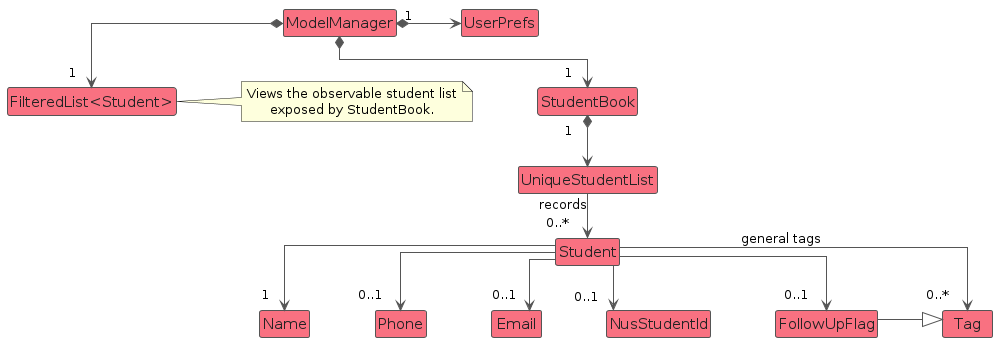
Above: diagrams/ModelClassDiagram.png in AY2627S1-CS2103T-T16-1/tp (PlantUML), before the change. Its source is kept beside it as diagrams/ModelClassDiagram.puml.
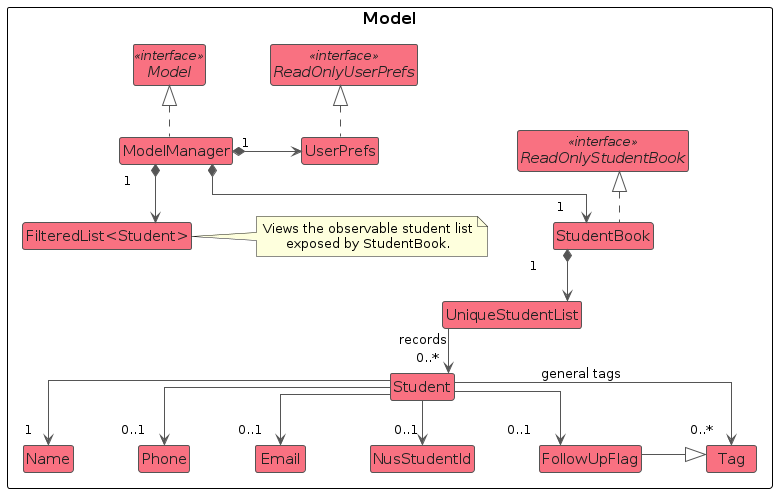
Later version of the same file.

Change to the diagram source:
```diff
@@ -2,6 +2,7 @@
 !include style.puml
 skinparam classBackgroundColor MODEL_COLOR_T1
 skinparam classFontColor #222222
+skinparam classStereotypeFontColor #222222
 skinparam classBorderColor #555555
 skinparam arrowColor #555555
 skinparam ArrowFontStyle plain
@@ -10,6 +11,10 @@
 skinparam nodesep 65
 skinparam ranksep 45
 
+package "Model" as ModelComponent {
+interface Model <<interface>>
+interface ReadOnlyStudentBook <<interface>>
+interface ReadOnlyUserPrefs <<interface>>
 class ModelManager
 class StudentBook
 class UserPrefs
@@ -22,6 +27,10 @@
 class NusStudentId
 class Tag
 class FollowUpFlag
+
+ModelManager .up.|> Model
+StudentBook .up.|> ReadOnlyStudentBook
+UserPrefs .up.|> ReadOnlyUserPrefs
 
 ModelManager *--> "1   " StudentBook
 ModelManager *-right-> "1   " UserPrefs
@@ -45,4 +54,6 @@
 Email -[hidden]right-> NusStudentId
 NusStudentId -[hidden]right-> FollowUpFlag
 FollowUpFlag -[hidden]right-> Tag
+
+}
 @enduml
```
